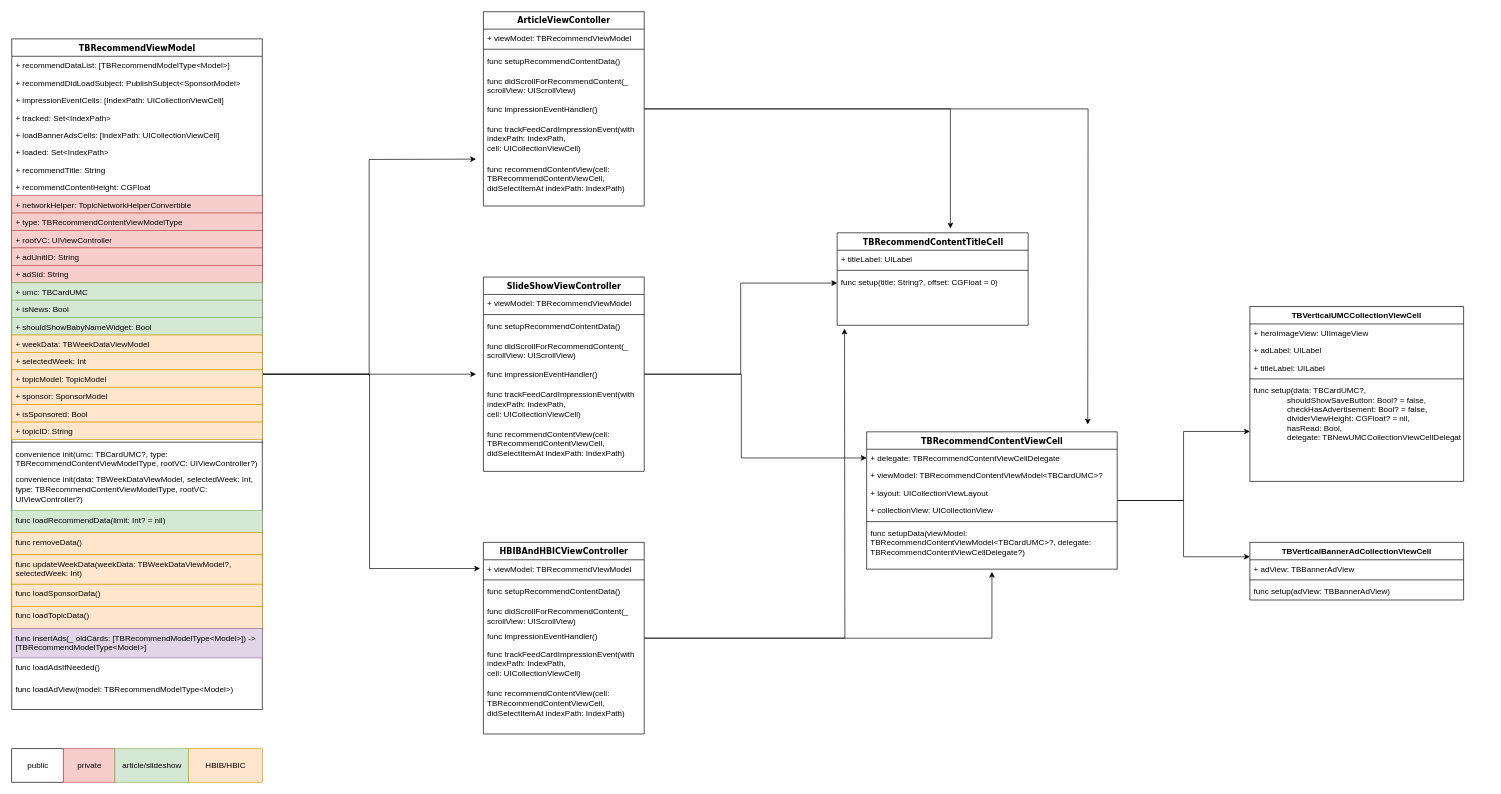
The draw.io diagram Untitled Diagram.drawio in Jovins/RefactorUML, before the edit. Source tidied: cells renumbered, new cells numbered last; positions are measured from the earlier drawing's top-left corner, leaving out a move shared by most shapes. Both pictures are drawn from the tidied source at 67%, with x=0, y=0 at pixel (11, 11).
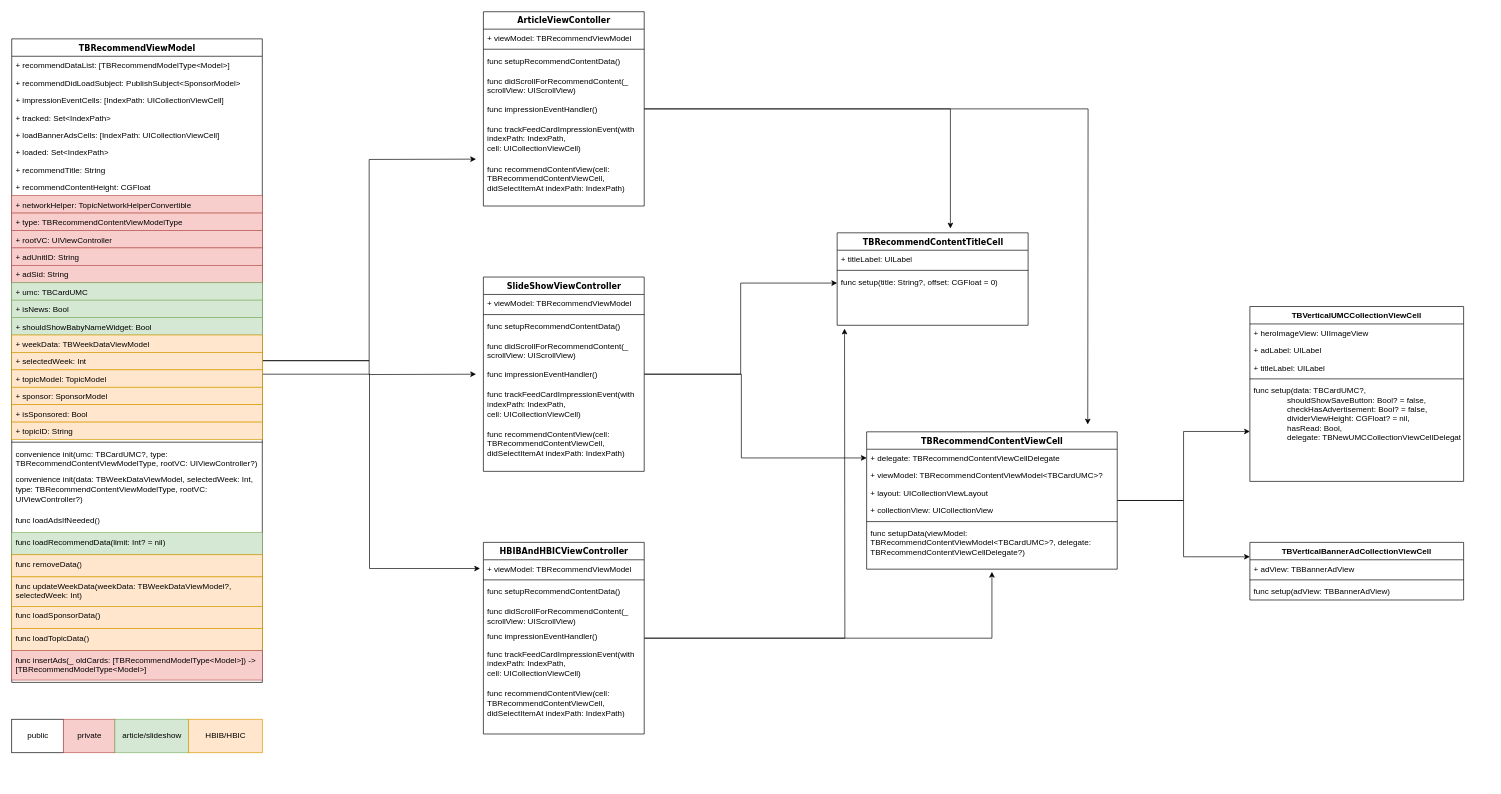
The same page after the edit.

Change to the diagram source:
```diff
@@
     <mxCell id="35" value="TBRecommendViewModel" style="swimlane;html=1;fontStyle=1;align=center;verticalAlign=top;horizontal=1;startSize=26;swimlaneFillColor=#ffffff;rounded=0;shadow=0;comic=0;labelBackgroundColor=none;strokeWidth=1;fillColor=none;fontFamily=Verdana;fontSize=12;" parent="1" vertex="1">
-      <mxGeometry y="40.5" width="374" height="1001" as="geometry" />
+      <mxGeometry y="40.5" width="374" height="960.5" as="geometry" />
     </mxCell>
@@
+    <mxCell id="67" value="func loadAdsIfNeeded()" style="text;html=1;strokeColor=none;fillColor=none;align=left;verticalAlign=top;spacingLeft=4;spacingRight=4;whiteSpace=wrap;overflow=hidden;" parent="35" vertex="1">
+      <mxGeometry y="704" width="374" height="33" as="geometry" />
+    </mxCell>
     <mxCell id="61" value="func loadRecommendData(limit: Int? = nil)" style="text;html=1;strokeColor=#82b366;fillColor=#d5e8d4;align=left;verticalAlign=top;spacingLeft=4;spacingRight=4;whiteSpace=wrap;overflow=hidden;" parent="35" vertex="1">
-      <mxGeometry y="704" width="374" height="33" as="geometry" />
+      <mxGeometry y="737" width="374" height="33" as="geometry" />
     </mxCell>
     <mxCell id="62" value="func removeData()" style="text;html=1;strokeColor=#d79b00;fillColor=#ffe6cc;align=left;verticalAlign=top;spacingLeft=4;spacingRight=4;whiteSpace=wrap;overflow=hidden;" parent="35" vertex="1">
-      <mxGeometry y="737" width="374" height="33" as="geometry" />
+      <mxGeometry y="770" width="374" height="33" as="geometry" />
     </mxCell>
     <mxCell id="63" value="func updateWeekData(weekData: TBWeekDataViewModel?, selectedWeek: Int)" style="text;html=1;strokeColor=#d79b00;fillColor=#ffe6cc;align=left;verticalAlign=top;spacingLeft=4;spacingRight=4;whiteSpace=wrap;overflow=hidden;" parent="35" vertex="1">
-      <mxGeometry y="770" width="374" height="44" as="geometry" />
+      <mxGeometry y="803" width="374" height="44" as="geometry" />
     </mxCell>
     <mxCell id="64" value="func loadSponsorData()" style="text;html=1;strokeColor=#d79b00;fillColor=#ffe6cc;align=left;verticalAlign=top;spacingLeft=4;spacingRight=4;whiteSpace=wrap;overflow=hidden;" parent="35" vertex="1">
-      <mxGeometry y="814" width="374" height="33" as="geometry" />
+      <mxGeometry y="847" width="374" height="33" as="geometry" />
     </mxCell>
     <mxCell id="65" value="func loadTopicData()" style="text;html=1;strokeColor=#d79b00;fillColor=#ffe6cc;align=left;verticalAlign=top;spacingLeft=4;spacingRight=4;whiteSpace=wrap;overflow=hidden;" parent="35" vertex="1">
-      <mxGeometry y="847" width="374" height="33" as="geometry" />
+      <mxGeometry y="880" width="374" height="33" as="geometry" />
     </mxCell>
-    <mxCell id="66" value="func insertAds(_ oldCards: [TBRecommendModelType&amp;lt;Model&amp;gt;]) -&amp;gt; [TBRecommendModelType&amp;lt;Model&amp;gt;]" style="text;html=1;strokeColor=#9673a6;fillColor=#e1d5e7;align=left;verticalAlign=top;spacingLeft=4;spacingRight=4;whiteSpace=wrap;overflow=hidden;" parent="35" vertex="1">
-      <mxGeometry y="880" width="374" height="44" as="geometry" />
+    <mxCell id="66" value="func insertAds(_ oldCards: [TBRecommendModelType&amp;lt;Model&amp;gt;]) -&amp;gt; [TBRecommendModelType&amp;lt;Model&amp;gt;]" style="text;html=1;strokeColor=#b85450;fillColor=#f8cecc;align=left;verticalAlign=top;spacingLeft=4;spacingRight=4;whiteSpace=wrap;overflow=hidden;" parent="35" vertex="1">
+      <mxGeometry y="913" width="374" height="44" as="geometry" />
     </mxCell>
-    <mxCell id="67" value="func loadAdsIfNeeded()" style="text;html=1;strokeColor=none;fillColor=none;align=left;verticalAlign=top;spacingLeft=4;spacingRight=4;whiteSpace=wrap;overflow=hidden;" parent="35" vertex="1">
-      <mxGeometry y="924" width="374" height="33" as="geometry" />
-    </mxCell>
-    <mxCell id="68" value="func loadAdView(model: TBRecommendModelType&amp;lt;Model&amp;gt;)" style="text;html=1;strokeColor=none;fillColor=none;align=left;verticalAlign=top;spacingLeft=4;spacingRight=4;whiteSpace=wrap;overflow=hidden;" parent="35" vertex="1">
-      <mxGeometry y="957" width="374" height="33" as="geometry" />
-    </mxCell>
@@
     <mxCell id="92" value="public" style="html=1;" parent="1" vertex="1">
-      <mxGeometry y="1100" width="77" height="50" as="geometry" />
+      <mxGeometry y="1056" width="77" height="50" as="geometry" />
     </mxCell>
     <mxCell id="93" value="private" style="html=1;fillColor=#f8cecc;strokeColor=#b85450;" parent="1" vertex="1">
-      <mxGeometry x="77" y="1100" width="77" height="50" as="geometry" />
+      <mxGeometry x="77" y="1056" width="77" height="50" as="geometry" />
     </mxCell>
     <mxCell id="94" value="article/slideshow" style="html=1;fillColor=#d5e8d4;strokeColor=#82b366;" parent="1" vertex="1">
-      <mxGeometry x="154" y="1100" width="110" height="50" as="geometry" />
+      <mxGeometry x="154" y="1056" width="110" height="50" as="geometry" />
     </mxCell>
     <mxCell id="95" value="HBIB/HBIC" style="html=1;fillColor=#ffe6cc;strokeColor=#d79b00;" parent="1" vertex="1">
-      <mxGeometry x="264" y="1100" width="110" height="50" as="geometry" />
+      <mxGeometry x="264" y="1056" width="110" height="50" as="geometry" />
     </mxCell>
```
